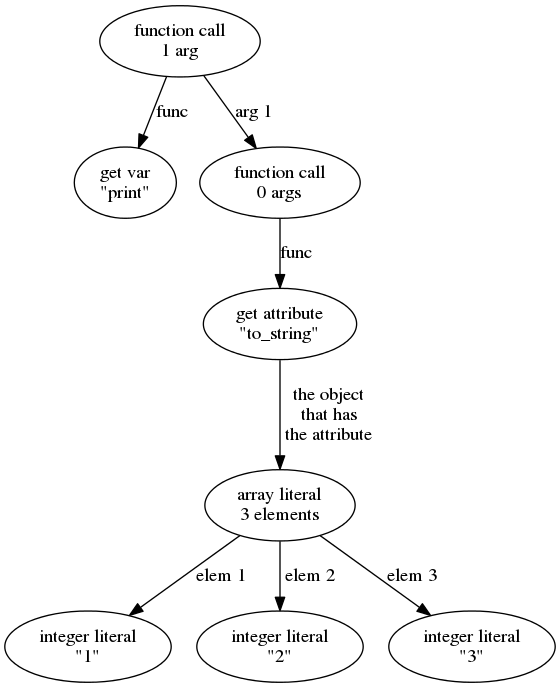
Above: docs/syntax-spec-ast.png in Akuli/odotdot (Graphviz), before the change. Its source is kept beside it as docs/syntax-spec-ast.dot.
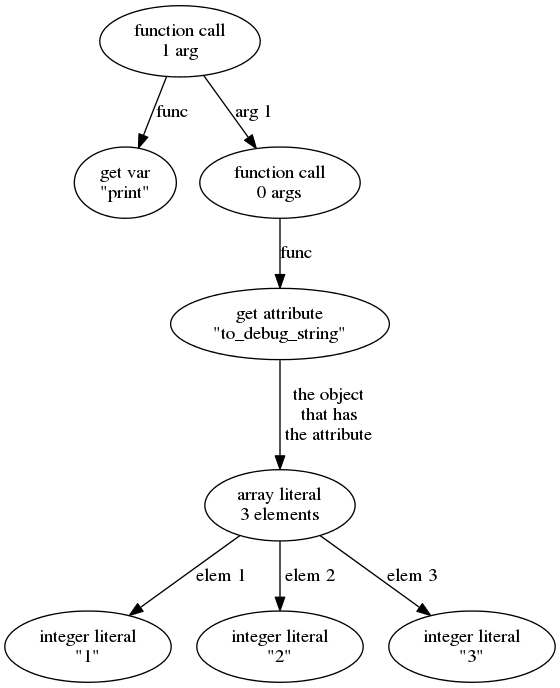
Above is the later version.

What changed in the source:
```diff
@@ -7,16 +7,16 @@
 digraph G {
     print [ label="get var\n\"print\"" ];
     printcall [ label="function call\n1 arg" ];
-    tostringcall [ label="function call\n0 args" ];
-    tostring [ label="get attribute\n\"to_string\"" ];
+    todebugstringcall [ label="function call\n0 args" ];
+    tostring [ label="get attribute\n\"to_debug_string\"" ];
     array [ label="array literal\n3 elements"];
     one [ label="integer literal\n\"1\"" ];
     two [ label="integer literal\n\"2\"" ];
     three [ label="integer literal\n\"3\"" ];
 
     printcall -> print [label="func"];
-    printcall -> tostringcall [label="arg 1"];
-    tostringcall -> tostring [label="func"];
+    printcall -> todebugstringcall [label="arg 1"];
+    todebugstringcall -> tostring [label="func"];
     tostring -> array [label=" the object\n that has\n the attribute"];
     array -> one [label="elem 1"];
     array -> two [label=" elem 2"];
```
